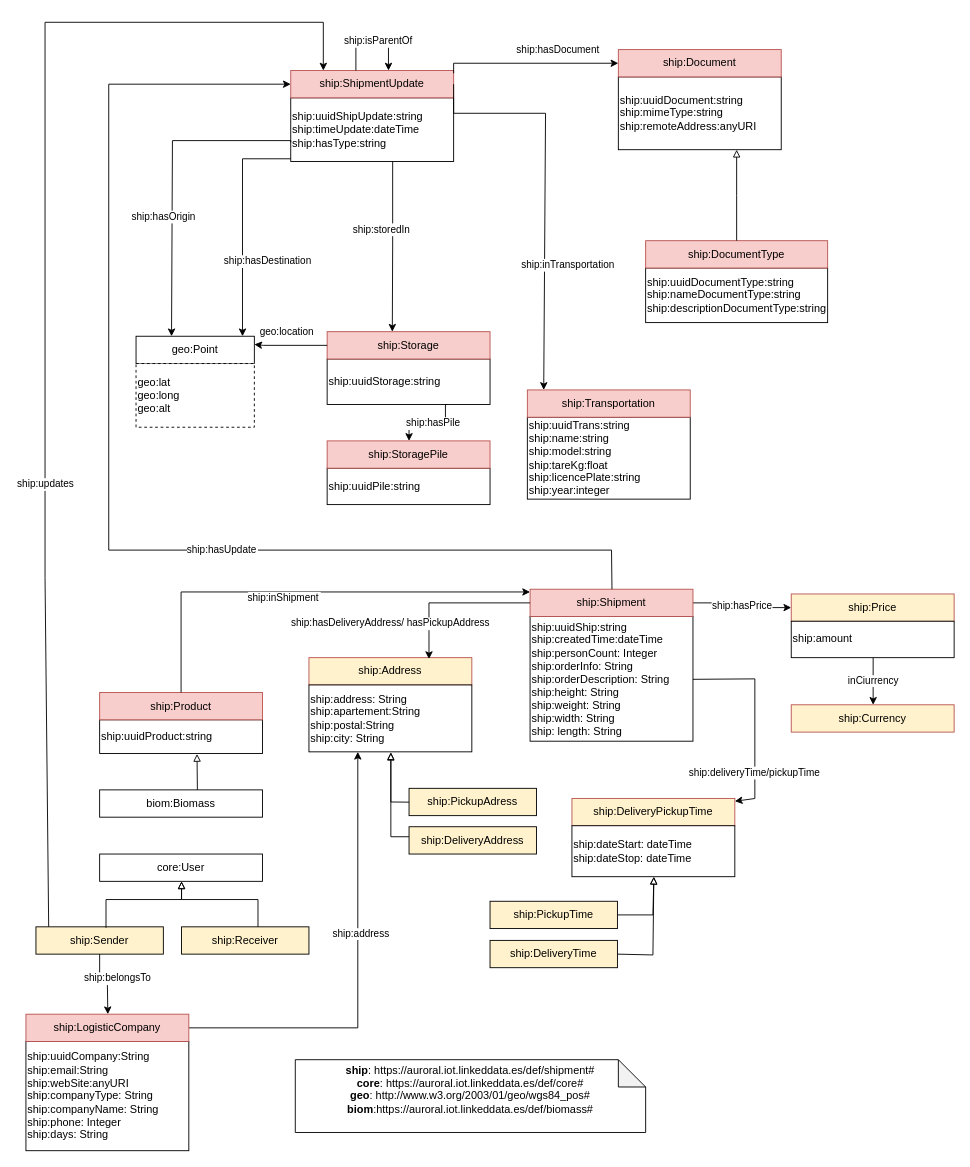
Above: diagrams/shipment.drawio in oeg-upm/auroral-shipmentBiomass-ontology (draw.io), before the change. Source tidied: cells renumbered, new cells numbered last; positions are measured from the earlier drawing's top-left corner, leaving out a move shared by most shapes. Both pictures are drawn from the tidied source at 91%, with x=0, y=0 at pixel (25, 22).
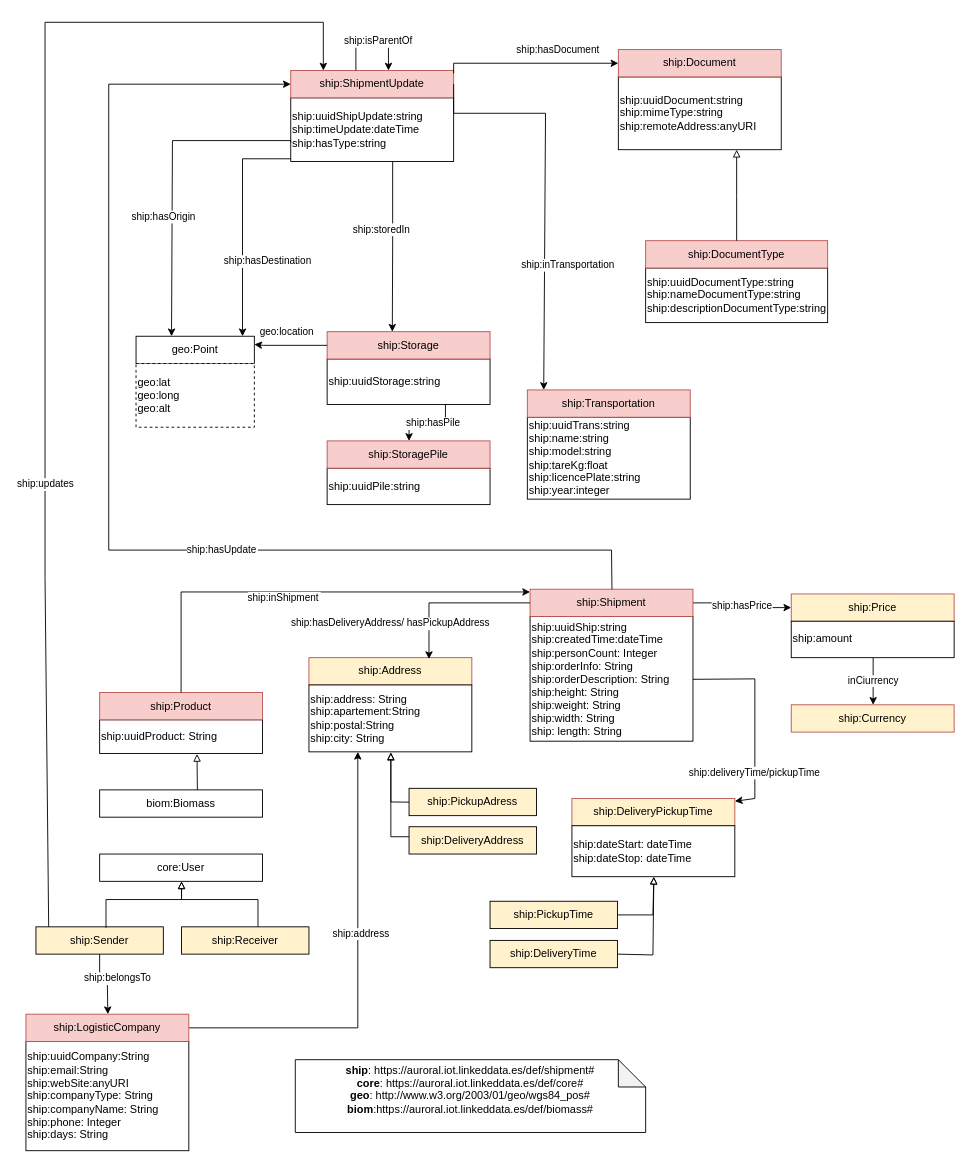
The same diagram, later.

Diff of the diagram source:
```diff
@@
-    <mxCell id="20" value="ship:uuidProduct:string&lt;br&gt;" style="rounded=0;whiteSpace=wrap;html=1;snapToPoint=1;points=[[0.1,0],[0.2,0],[0.3,0],[0.4,0],[0.5,0],[0.6,0],[0.7,0],[0.8,0],[0.9,0],[0,0.1],[0,0.3],[0,0.5],[0,0.7],[0,0.9],[0.1,1],[0.2,1],[0.3,1],[0.4,1],[0.5,1],[0.6,1],[0.7,1],[0.8,1],[0.9,1],[1,0.1],[1,0.3],[1,0.5],[1,0.7],[1,0.9]];align=left;" parent="1" vertex="1">
+    <mxCell id="20" value="ship:uuidProduct: String" style="rounded=0;whiteSpace=wrap;html=1;snapToPoint=1;points=[[0.1,0],[0.2,0],[0.3,0],[0.4,0],[0.5,0],[0.6,0],[0.7,0],[0.8,0],[0.9,0],[0,0.1],[0,0.3],[0,0.5],[0,0.7],[0,0.9],[0.1,1],[0.2,1],[0.3,1],[0.4,1],[0.5,1],[0.6,1],[0.7,1],[0.8,1],[0.9,1],[1,0.1],[1,0.3],[1,0.5],[1,0.7],[1,0.9]];align=left;" parent="1" vertex="1">
       <mxGeometry x="81" y="766.5" width="179" height="37" as="geometry" />
     </mxCell>
```
